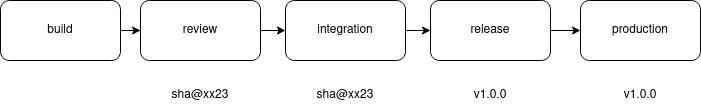
Before: flow.png, a diagram exported from draw.io (Qwant/idunn). Source tidied: cells renumbered, new cells last; positions are measured from the earlier drawing's top-left corner, leaving out a move shared by most shapes.
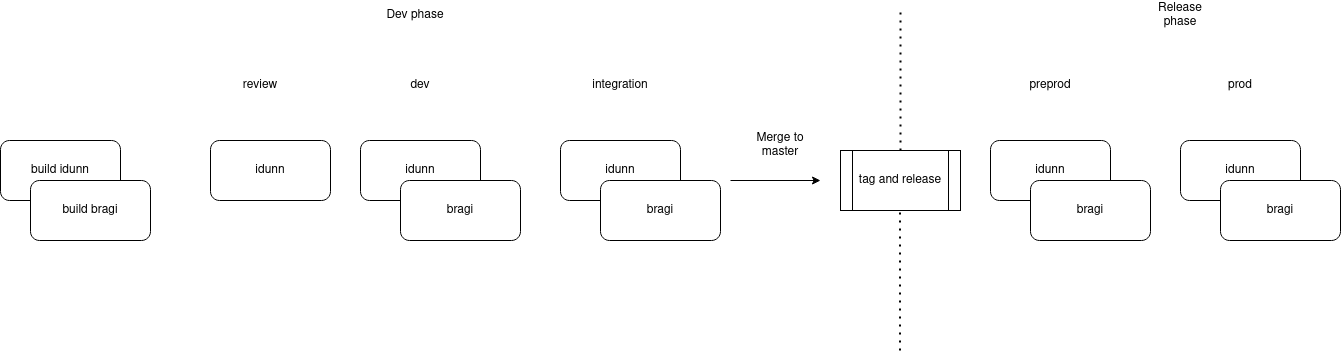
The same file after the commit.

What changed in the source:
```diff
@@ -2,44 +2,82 @@
   <root>
     <mxCell id="0" />
     <mxCell id="1" parent="0" />
-    <mxCell id="2" style="edgeStyle=orthogonalEdgeStyle;rounded=0;jettySize=auto;html=1;" parent="1" edge="1" source="3" target="5">
-      <mxGeometry relative="1" as="geometry" />
-    </mxCell>
+    <mxCell id="15" value="build idunn" style="rounded=1;whiteSpace=wrap;html=1;" parent="1" vertex="1">
+      <mxGeometry x="20" y="10" width="120" height="60" as="geometry" />
+    </mxCell>
+    <mxCell id="16" value="idunn" style="rounded=1;whiteSpace=wrap;html=1;" parent="1" vertex="1">
+      <mxGeometry x="230" y="10" width="120" height="60" as="geometry" />
+    </mxCell>
+    <mxCell id="17" value="idunn" style="rounded=1;whiteSpace=wrap;html=1;" parent="1" vertex="1">
+      <mxGeometry x="380" y="10" width="120" height="60" as="geometry" />
+    </mxCell>
-    <mxCell id="3" value="review" style="rounded=1;whiteSpace=wrap;html=1;" parent="1" vertex="1">
-      <mxGeometry x="140" width="120" height="60" as="geometry" />
+    <mxCell id="3" value="review" style="text;html=1;strokeColor=none;fillColor=none;align=center;verticalAlign=middle;whiteSpace=wrap;rounded=0;" parent="1" vertex="1">
+      <mxGeometry x="250" y="-60" width="60" height="30" as="geometry" />
     </mxCell>
-    <mxCell id="4" style="edgeStyle=orthogonalEdgeStyle;rounded=0;jettySize=auto;html=1;" parent="1" edge="1" source="5" target="9">
-      <mxGeometry relative="1" as="geometry" />
-    </mxCell>
+    <mxCell id="18" value="dev" style="text;html=1;strokeColor=none;fillColor=none;align=center;verticalAlign=middle;whiteSpace=wrap;rounded=0;" parent="1" vertex="1">
+      <mxGeometry x="410" y="-60" width="60" height="30" as="geometry" />
+    </mxCell>
+    <mxCell id="19" value="bragi" style="rounded=1;whiteSpace=wrap;html=1;" parent="1" vertex="1">
+      <mxGeometry x="420" y="50" width="120" height="60" as="geometry" />
+    </mxCell>
+    <mxCell id="20" value="build bragi" style="rounded=1;whiteSpace=wrap;html=1;" parent="1" vertex="1">
+      <mxGeometry x="50" y="50" width="120" height="60" as="geometry" />
+    </mxCell>
+    <mxCell id="21" value="idunn" style="rounded=1;whiteSpace=wrap;html=1;" parent="1" vertex="1">
+      <mxGeometry x="580" y="10" width="120" height="60" as="geometry" />
+    </mxCell>
-    <mxCell id="5" value="integration" style="rounded=1;whiteSpace=wrap;html=1;" parent="1" vertex="1">
-      <mxGeometry x="285" width="120" height="60" as="geometry" />
+    <mxCell id="5" value="integration" style="text;html=1;strokeColor=none;fillColor=none;align=center;verticalAlign=middle;whiteSpace=wrap;rounded=0;" parent="1" vertex="1">
+      <mxGeometry x="610" y="-60" width="60" height="30" as="geometry" />
     </mxCell>
-    <mxCell id="6" style="edgeStyle=orthogonalEdgeStyle;rounded=0;jettySize=auto;html=1;" parent="1" edge="1" source="7" target="3">
-      <mxGeometry relative="1" as="geometry" />
-    </mxCell>
-    <mxCell id="7" value="build" style="rounded=1;whiteSpace=wrap;html=1;" parent="1" vertex="1">
-      <mxGeometry width="120" height="60" as="geometry" />
-    </mxCell>
-    <mxCell id="8" style="edgeStyle=orthogonalEdgeStyle;rounded=0;jettySize=auto;html=1;" parent="1" edge="1" source="9" target="10">
-      <mxGeometry relative="1" as="geometry" />
-    </mxCell>
-    <mxCell id="9" value="release" style="rounded=1;whiteSpace=wrap;html=1;" parent="1" vertex="1">
-      <mxGeometry x="430" width="120" height="60" as="geometry" />
-    </mxCell>
-    <mxCell id="10" value="production" style="rounded=1;whiteSpace=wrap;html=1;" parent="1" vertex="1">
-      <mxGeometry x="580" width="120" height="60" as="geometry" />
-    </mxCell>
-    <mxCell id="11" value="sha@xx23" style="text;html=1;strokeColor=none;fillColor=none;align=center;verticalAlign=middle;whiteSpace=wrap;rounded=0;" parent="1" vertex="1">
-      <mxGeometry x="170" y="80" width="60" height="30" as="geometry" />
-    </mxCell>
-    <mxCell id="12" value="sha@xx23" style="text;html=1;strokeColor=none;fillColor=none;align=center;verticalAlign=middle;whiteSpace=wrap;rounded=0;" parent="1" vertex="1">
-      <mxGeometry x="315" y="80" width="60" height="30" as="geometry" />
-    </mxCell>
-    <mxCell id="13" value="v1.0.0" style="text;html=1;strokeColor=none;fillColor=none;align=center;verticalAlign=middle;whiteSpace=wrap;rounded=0;" parent="1" vertex="1">
-      <mxGeometry x="460" y="80" width="60" height="30" as="geometry" />
-    </mxCell>
-    <mxCell id="14" value="v1.0.0" style="text;html=1;strokeColor=none;fillColor=none;align=center;verticalAlign=middle;whiteSpace=wrap;rounded=0;" parent="1" vertex="1">
-      <mxGeometry x="610" y="80" width="60" height="30" as="geometry" />
-    </mxCell>
+    <mxCell id="22" value="bragi" style="rounded=1;whiteSpace=wrap;html=1;" parent="1" vertex="1">
+      <mxGeometry x="620" y="50" width="120" height="60" as="geometry" />
+    </mxCell>
+    <mxCell id="23" style="endArrow=classic;html=1;rounded=0;" parent="1" edge="1">
+      <mxGeometry relative="1" as="geometry">
+        <mxPoint x="750" y="50" as="sourcePoint" />
+        <mxPoint x="840" y="50" as="targetPoint" />
+      </mxGeometry>
+    </mxCell>
+    <mxCell id="24" value="Merge to master" style="text;html=1;strokeColor=none;fillColor=none;align=center;verticalAlign=middle;whiteSpace=wrap;rounded=0;" parent="1" vertex="1">
+      <mxGeometry x="770" width="60" height="30" as="geometry" />
+    </mxCell>
+    <mxCell id="25" value="tag and release" style="shape=process;whiteSpace=wrap;html=1;backgroundOutline=1;" parent="1" vertex="1">
+      <mxGeometry x="860" y="20" width="120" height="60" as="geometry" />
+    </mxCell>
+    <mxCell id="26" value="idunn" style="rounded=1;whiteSpace=wrap;html=1;" parent="1" vertex="1">
+      <mxGeometry x="1010" y="10" width="120" height="60" as="geometry" />
+    </mxCell>
+    <mxCell id="27" value="preprod" style="text;html=1;strokeColor=none;fillColor=none;align=center;verticalAlign=middle;whiteSpace=wrap;rounded=0;" parent="1" vertex="1">
+      <mxGeometry x="1040" y="-60" width="60" height="30" as="geometry" />
+    </mxCell>
+    <mxCell id="28" value="bragi" style="rounded=1;whiteSpace=wrap;html=1;" parent="1" vertex="1">
+      <mxGeometry x="1050" y="50" width="120" height="60" as="geometry" />
+    </mxCell>
+    <mxCell id="29" value="idunn" style="rounded=1;whiteSpace=wrap;html=1;" parent="1" vertex="1">
+      <mxGeometry x="1200" y="10" width="120" height="60" as="geometry" />
+    </mxCell>
+    <mxCell id="30" value="prod" style="text;html=1;strokeColor=none;fillColor=none;align=center;verticalAlign=middle;whiteSpace=wrap;rounded=0;" parent="1" vertex="1">
+      <mxGeometry x="1230" y="-60" width="60" height="30" as="geometry" />
+    </mxCell>
+    <mxCell id="31" value="bragi" style="rounded=1;whiteSpace=wrap;html=1;" parent="1" vertex="1">
+      <mxGeometry x="1240" y="50" width="120" height="60" as="geometry" />
+    </mxCell>
+    <mxCell id="32" style="endArrow=none;dashed=1;html=1;dashPattern=1 3;strokeWidth=2;rounded=0;exitX=0.5;exitY=0;exitDx=0;exitDy=0;" parent="1" edge="1" source="25">
+      <mxGeometry relative="1" as="geometry">
+        <mxPoint x="920" y="-120" as="targetPoint" />
+      </mxGeometry>
+    </mxCell>
+    <mxCell id="33" style="endArrow=none;dashed=1;html=1;dashPattern=1 3;strokeWidth=2;rounded=0;exitX=0.5;exitY=0;exitDx=0;exitDy=0;" parent="1" edge="1">
+      <mxGeometry relative="1" as="geometry">
+        <mxPoint x="919.5" y="220" as="sourcePoint" />
+        <mxPoint x="919.5" y="80" as="targetPoint" />
+      </mxGeometry>
+    </mxCell>
+    <mxCell id="34" value="Dev phase" style="text;html=1;strokeColor=none;fillColor=none;align=center;verticalAlign=middle;whiteSpace=wrap;rounded=0;" parent="1" vertex="1">
+      <mxGeometry x="405" y="-130" width="60" height="30" as="geometry" />
+    </mxCell>
+    <mxCell id="35" value="Release phase" style="text;html=1;strokeColor=none;fillColor=none;align=center;verticalAlign=middle;whiteSpace=wrap;rounded=0;" parent="1" vertex="1">
+      <mxGeometry x="1170" y="-130" width="60" height="30" as="geometry" />
+    </mxCell>
   </root>
 </mxGraphModel>
```
